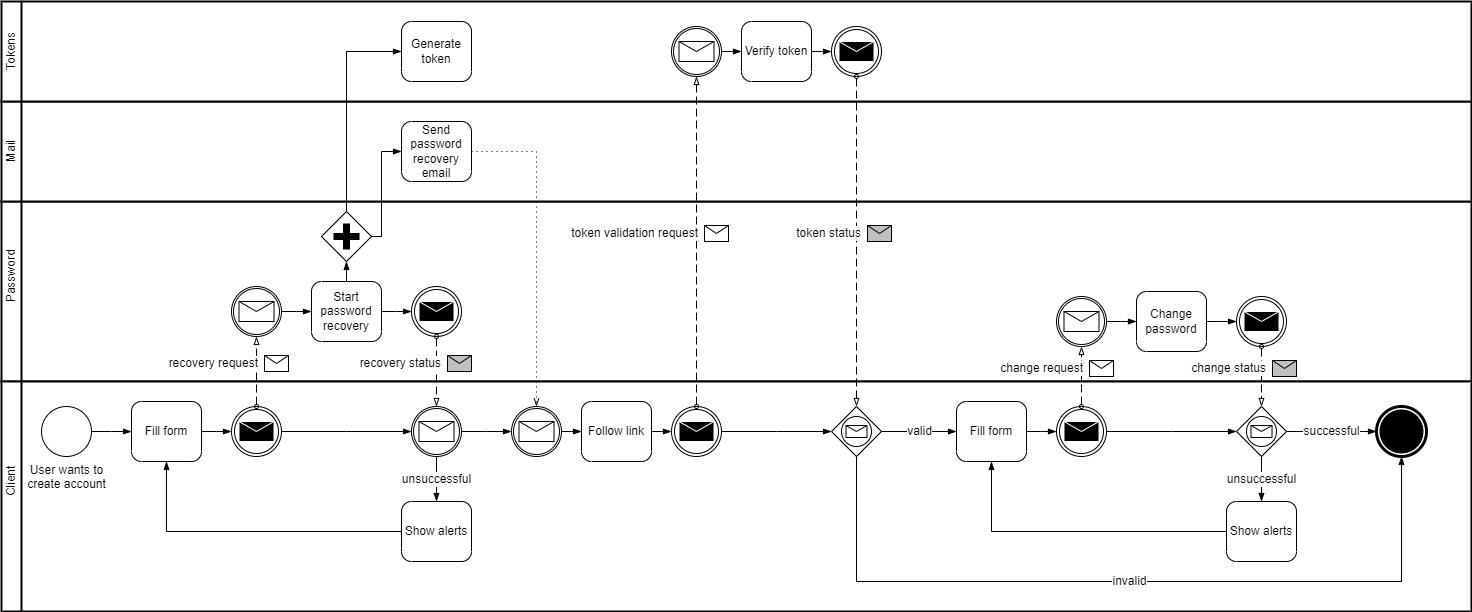
The draw.io diagram .gitbook/assets/reset_password_bpmn.drawio.png in Bernardo-MG/development-docs-architecture, before a commit. Source tidied: cells renumbered, new cells last; positions are measured from the earlier drawing's top-left corner, leaving out a move shared by most shapes.
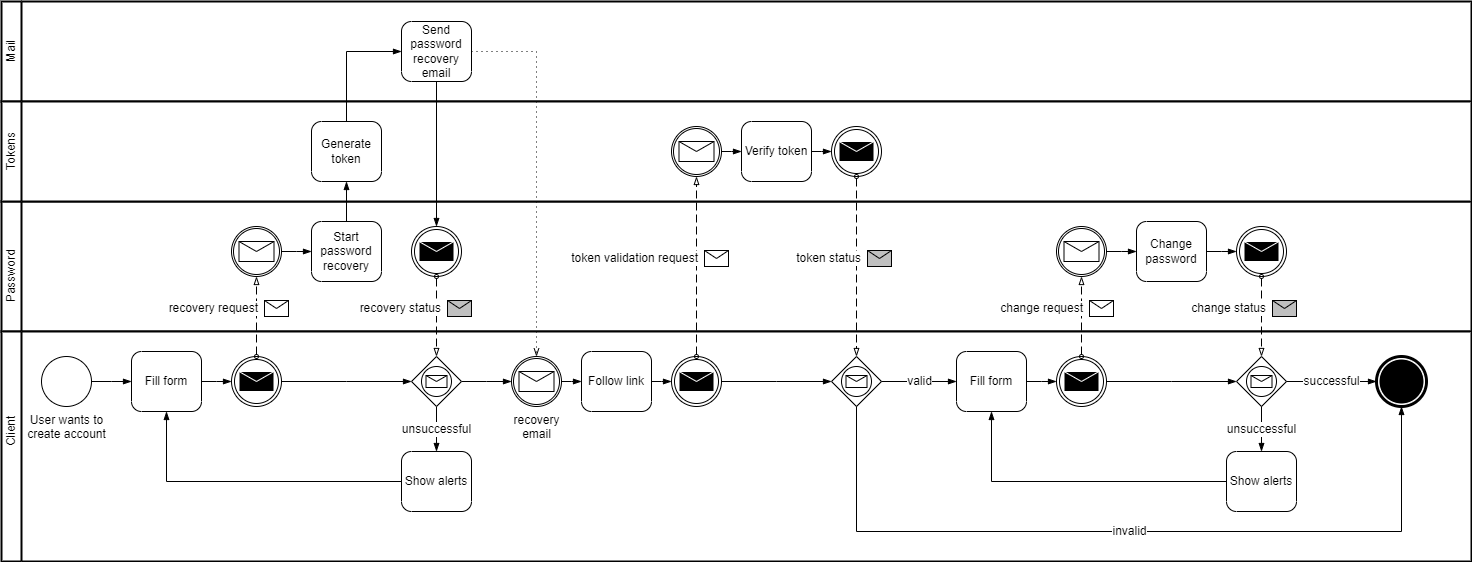
The same file after the commit.

Commit message:
GitBook: [#49] No subject

Change to the diagram source:
```diff
@@ -5,3 +5,3 @@
     <mxCell id="2" style="swimlane;html=1;startSize=20;fontStyle=0;horizontal=0;swimlaneLine=1;swimlaneFillColor=#ffffff;strokeWidth=2;whiteSpace=wrap;" parent="1" vertex="1">
-      <mxGeometry y="200" width="1470" height="180" as="geometry" />
+      <mxGeometry y="250" width="1470" height="130" as="geometry" />
     </mxCell>
@@ -13,9 +13,9 @@
     <mxCell id="4" value="Start password recovery" style="points=[[0.25,0,0],[0.5,0,0],[0.75,0,0],[1,0.25,0],[1,0.5,0],[1,0.75,0],[0.75,1,0],[0.5,1,0],[0.25,1,0],[0,0.75,0],[0,0.5,0],[0,0.25,0]];shape=mxgraph.bpmn.task;whiteSpace=wrap;rectStyle=rounded;size=10;html=1;taskMarker=abstract;" parent="2" vertex="1">
-      <mxGeometry x="310" y="80" width="70" height="60" as="geometry" />
+      <mxGeometry x="310" y="20" width="70" height="60" as="geometry" />
     </mxCell>
     <mxCell id="5" style="points=[[0.145,0.145,0],[0.5,0,0],[0.855,0.145,0],[1,0.5,0],[0.855,0.855,0],[0.5,1,0],[0.145,0.855,0],[0,0.5,0]];shape=mxgraph.bpmn.event;html=1;verticalLabelPosition=bottom;labelBackgroundColor=#ffffff;verticalAlign=top;align=center;perimeter=ellipsePerimeter;outlineConnect=0;outline=throwing;symbol=message;" parent="2" vertex="1">
-      <mxGeometry x="410" y="85" width="50" height="50" as="geometry" />
+      <mxGeometry x="410" y="25" width="50" height="50" as="geometry" />
     </mxCell>
     <mxCell id="6" style="points=[[0.145,0.145,0],[0.5,0,0],[0.855,0.145,0],[1,0.5,0],[0.855,0.855,0],[0.5,1,0],[0.145,0.855,0],[0,0.5,0]];shape=mxgraph.bpmn.event;html=1;verticalLabelPosition=bottom;labelBackgroundColor=#ffffff;verticalAlign=top;align=center;perimeter=ellipsePerimeter;outlineConnect=0;outline=catching;symbol=message;" parent="2" vertex="1">
-      <mxGeometry x="230" y="85" width="50" height="50" as="geometry" />
+      <mxGeometry x="230" y="25" width="50" height="50" as="geometry" />
     </mxCell>
@@ -24,13 +24,10 @@
     </mxCell>
-    <mxCell id="8" style="edgeStyle=elbowEdgeStyle;fontSize=12;html=1;endArrow=blockThin;endFill=1;rounded=0;exitX=1;exitY=0.5;exitDx=0;exitDy=0;exitPerimeter=0;entryX=0;entryY=0.5;entryDx=0;entryDy=0;entryPerimeter=0;" parent="2" edge="1" source="4" target="5">
-      <mxGeometry relative="1" as="geometry" />
-    </mxCell>
     <mxCell id="9" value="Change password" style="points=[[0.25,0,0],[0.5,0,0],[0.75,0,0],[1,0.25,0],[1,0.5,0],[1,0.75,0],[0.75,1,0],[0.5,1,0],[0.25,1,0],[0,0.75,0],[0,0.5,0],[0,0.25,0]];shape=mxgraph.bpmn.task;whiteSpace=wrap;rectStyle=rounded;size=10;html=1;taskMarker=abstract;" parent="2" vertex="1">
-      <mxGeometry x="1135" y="90" width="70" height="60" as="geometry" />
+      <mxGeometry x="1135" y="20" width="70" height="60" as="geometry" />
     </mxCell>
     <mxCell id="10" style="points=[[0.145,0.145,0],[0.5,0,0],[0.855,0.145,0],[1,0.5,0],[0.855,0.855,0],[0.5,1,0],[0.145,0.855,0],[0,0.5,0]];shape=mxgraph.bpmn.event;html=1;verticalLabelPosition=bottom;labelBackgroundColor=#ffffff;verticalAlign=top;align=center;perimeter=ellipsePerimeter;outlineConnect=0;outline=throwing;symbol=message;" parent="2" vertex="1">
-      <mxGeometry x="1235" y="95" width="50" height="50" as="geometry" />
+      <mxGeometry x="1235" y="25" width="50" height="50" as="geometry" />
     </mxCell>
     <mxCell id="11" style="points=[[0.145,0.145,0],[0.5,0,0],[0.855,0.145,0],[1,0.5,0],[0.855,0.855,0],[0.5,1,0],[0.145,0.855,0],[0,0.5,0]];shape=mxgraph.bpmn.event;html=1;verticalLabelPosition=bottom;labelBackgroundColor=#ffffff;verticalAlign=top;align=center;perimeter=ellipsePerimeter;outlineConnect=0;outline=catching;symbol=message;" parent="2" vertex="1">
-      <mxGeometry x="1055" y="95" width="50" height="50" as="geometry" />
+      <mxGeometry x="1055" y="25" width="50" height="50" as="geometry" />
     </mxCell>
@@ -42,8 +39,2 @@
     </mxCell>
-    <mxCell id="14" style="points=[[0.25,0.25,0],[0.5,0,0],[0.75,0.25,0],[1,0.5,0],[0.75,0.75,0],[0.5,1,0],[0.25,0.75,0],[0,0.5,0]];shape=mxgraph.bpmn.gateway2;html=1;verticalLabelPosition=bottom;labelBackgroundColor=#ffffff;verticalAlign=top;align=center;perimeter=rhombusPerimeter;outlineConnect=0;outline=none;symbol=none;gwType=parallel;" parent="2" vertex="1">
-      <mxGeometry x="320" y="10" width="50" height="50" as="geometry" />
-    </mxCell>
-    <mxCell id="15" style="edgeStyle=elbowEdgeStyle;fontSize=12;html=1;endArrow=blockThin;endFill=1;rounded=0;exitX=0.5;exitY=0;exitDx=0;exitDy=0;exitPerimeter=0;entryX=0.5;entryY=1;entryDx=0;entryDy=0;entryPerimeter=0;" parent="2" edge="1" source="4" target="14">
-      <mxGeometry relative="1" as="geometry" />
-    </mxCell>
     <mxCell id="16" style="swimlane;html=1;startSize=20;fontStyle=0;horizontal=0;swimlaneLine=1;swimlaneFillColor=#ffffff;strokeWidth=2;whiteSpace=wrap;" parent="1" vertex="1">
@@ -71,3 +62,3 @@
     </mxCell>
-    <mxCell id="23" style="points=[[0.145,0.145,0],[0.5,0,0],[0.855,0.145,0],[1,0.5,0],[0.855,0.855,0],[0.5,1,0],[0.145,0.855,0],[0,0.5,0]];shape=mxgraph.bpmn.event;html=1;verticalLabelPosition=bottom;labelBackgroundColor=#ffffff;verticalAlign=top;align=center;perimeter=ellipsePerimeter;outlineConnect=0;outline=catching;symbol=message;" parent="16" vertex="1">
+    <mxCell id="23" value="recovery&lt;br&gt;email" style="points=[[0.145,0.145,0],[0.5,0,0],[0.855,0.145,0],[1,0.5,0],[0.855,0.855,0],[0.5,1,0],[0.145,0.855,0],[0,0.5,0]];shape=mxgraph.bpmn.event;html=1;verticalLabelPosition=bottom;labelBackgroundColor=#ffffff;verticalAlign=top;align=center;perimeter=ellipsePerimeter;outlineConnect=0;outline=catching;symbol=message;" parent="16" vertex="1">
       <mxGeometry x="510" y="25" width="50" height="50" as="geometry" />
@@ -80,3 +71,3 @@
     </mxCell>
-    <mxCell id="26" style="edgeStyle=elbowEdgeStyle;fontSize=12;html=1;endArrow=blockThin;endFill=1;rounded=0;exitX=1;exitY=0.5;exitDx=0;exitDy=0;exitPerimeter=0;entryX=0;entryY=0.5;entryDx=0;entryDy=0;entryPerimeter=0;" parent="16" edge="1" source="21" target="37">
+    <mxCell id="26" style="edgeStyle=elbowEdgeStyle;fontSize=12;html=1;endArrow=blockThin;endFill=1;rounded=0;exitX=1;exitY=0.5;exitDx=0;exitDy=0;exitPerimeter=0;entryX=0;entryY=0.5;entryDx=0;entryDy=0;entryPerimeter=0;" parent="16" edge="1" source="21" target="74">
       <mxGeometry relative="1" as="geometry" />
@@ -117,6 +108,3 @@
     </mxCell>
-    <mxCell id="37" style="points=[[0.145,0.145,0],[0.5,0,0],[0.855,0.145,0],[1,0.5,0],[0.855,0.855,0],[0.5,1,0],[0.145,0.855,0],[0,0.5,0]];shape=mxgraph.bpmn.event;html=1;verticalLabelPosition=bottom;labelBackgroundColor=#ffffff;verticalAlign=top;align=center;perimeter=ellipsePerimeter;outlineConnect=0;outline=catching;symbol=message;" parent="16" vertex="1">
-      <mxGeometry x="410" y="25" width="50" height="50" as="geometry" />
-    </mxCell>
-    <mxCell id="38" style="edgeStyle=elbowEdgeStyle;fontSize=12;html=1;endArrow=blockThin;endFill=1;rounded=0;entryX=0;entryY=0.5;entryDx=0;entryDy=0;entryPerimeter=0;exitX=1;exitY=0.5;exitDx=0;exitDy=0;exitPerimeter=0;" parent="16" edge="1" source="37" target="23">
+    <mxCell id="38" style="edgeStyle=elbowEdgeStyle;fontSize=12;html=1;endArrow=blockThin;endFill=1;rounded=0;entryX=0;entryY=0.5;entryDx=0;entryDy=0;entryPerimeter=0;exitX=1;exitY=0.5;exitDx=0;exitDy=0;exitPerimeter=0;" parent="16" edge="1" source="74" target="23">
       <mxGeometry relative="1" as="geometry" />
@@ -126,3 +114,3 @@
     </mxCell>
-    <mxCell id="40" value="unsuccessful" style="edgeStyle=elbowEdgeStyle;fontSize=12;html=1;endArrow=blockThin;endFill=1;rounded=0;exitX=0.5;exitY=1;exitDx=0;exitDy=0;exitPerimeter=0;entryX=0.5;entryY=0;entryDx=0;entryDy=0;entryPerimeter=0;" parent="16" edge="1" source="37" target="39">
+    <mxCell id="40" value="unsuccessful" style="edgeStyle=elbowEdgeStyle;fontSize=12;html=1;endArrow=blockThin;endFill=1;rounded=0;exitX=0.5;exitY=1;exitDx=0;exitDy=0;exitPerimeter=0;entryX=0.5;entryY=0;entryDx=0;entryDy=0;entryPerimeter=0;" parent="16" edge="1" source="74" target="39">
       <mxGeometry relative="1" as="geometry" />
@@ -156,4 +144,7 @@
     </mxCell>
+    <mxCell id="74" style="points=[[0.25,0.25,0],[0.5,0,0],[0.75,0.25,0],[1,0.5,0],[0.75,0.75,0],[0.5,1,0],[0.25,0.75,0],[0,0.5,0]];shape=mxgraph.bpmn.gateway2;html=1;verticalLabelPosition=bottom;labelBackgroundColor=#ffffff;verticalAlign=top;align=center;perimeter=rhombusPerimeter;outlineConnect=0;outline=standard;symbol=message;" parent="16" vertex="1">
+      <mxGeometry x="410" y="25" width="50" height="50" as="geometry" />
+    </mxCell>
     <mxCell id="47" style="swimlane;html=1;startSize=20;fontStyle=0;horizontal=0;swimlaneLine=1;swimlaneFillColor=#ffffff;strokeWidth=2;whiteSpace=wrap;" parent="1" vertex="1">
-      <mxGeometry y="100" width="1470" height="100" as="geometry" />
+      <mxGeometry y="50" width="1470" height="100" as="geometry" />
     </mxCell>
@@ -167,3 +158,3 @@
     </mxCell>
-    <mxCell id="50" style="endArrow=blockThin;html=1;labelPosition=left;verticalLabelPosition=middle;align=right;verticalAlign=middle;dashed=1;dashPattern=8 4;endFill=0;startArrow=oval;startFill=0;endSize=6;startSize=4;rounded=0;exitX=0.5;exitY=1;exitDx=0;exitDy=0;exitPerimeter=0;entryX=0.5;entryY=0;entryDx=0;entryDy=0;entryPerimeter=0;" parent="1" edge="1" source="5" target="37">
+    <mxCell id="50" style="endArrow=blockThin;html=1;labelPosition=left;verticalLabelPosition=middle;align=right;verticalAlign=middle;dashed=1;dashPattern=8 4;endFill=0;startArrow=oval;startFill=0;endSize=6;startSize=4;rounded=0;exitX=0.5;exitY=1;exitDx=0;exitDy=0;exitPerimeter=0;entryX=0.5;entryY=0;entryDx=0;entryDy=0;entryPerimeter=0;" parent="1" edge="1" source="5" target="74">
       <mxGeometry relative="1" as="geometry" />
@@ -183,38 +174,4 @@
     </mxCell>
-    <mxCell id="54" style="edgeStyle=elbowEdgeStyle;fontSize=12;html=1;endFill=0;startFill=0;endSize=6;startSize=6;dashed=1;dashPattern=1 4;endArrow=openThin;startArrow=none;rounded=0;exitX=1;exitY=0.5;exitDx=0;exitDy=0;exitPerimeter=0;entryX=0.5;entryY=0;entryDx=0;entryDy=0;entryPerimeter=0;" parent="1" edge="1" source="49" target="23">
-      <mxGeometry relative="1" as="geometry">
-        <Array as="points">
-          <mxPoint x="535" y="260" />
-          <mxPoint x="575" y="300" />
-          <mxPoint x="570" y="300" />
-          <mxPoint x="685" y="300" />
-        </Array>
-      </mxGeometry>
-    </mxCell>
-    <mxCell id="55" style="endArrow=blockThin;html=1;labelPosition=left;verticalLabelPosition=middle;align=right;verticalAlign=middle;dashed=1;dashPattern=8 4;endFill=0;startArrow=oval;startFill=0;endSize=6;startSize=4;rounded=0;exitX=0.5;exitY=1;exitDx=0;exitDy=0;exitPerimeter=0;entryX=0.5;entryY=0;entryDx=0;entryDy=0;entryPerimeter=0;" parent="1" edge="1" source="10" target="31">
-      <mxGeometry relative="1" as="geometry" />
-    </mxCell>
-    <mxCell id="56" value="change status" style="shape=message;html=1;labelPosition=left;verticalLabelPosition=middle;align=right;verticalAlign=middle;spacingRight=5;labelBackgroundColor=#ffffff;fillColor=#C0C0C0;" parent="55" vertex="1">
-      <mxGeometry width="24" height="16" relative="1" as="geometry">
-        <mxPoint x="11" y="-16" as="offset" />
-      </mxGeometry>
-    </mxCell>
-    <mxCell id="57" style="endArrow=blockThin;html=1;labelPosition=left;verticalLabelPosition=middle;align=right;verticalAlign=middle;dashed=1;dashPattern=8 4;endFill=0;startArrow=oval;startFill=0;endSize=6;startSize=4;rounded=0;exitX=0.5;exitY=0;exitDx=0;exitDy=0;exitPerimeter=0;entryX=0.5;entryY=1;entryDx=0;entryDy=0;entryPerimeter=0;" parent="1" edge="1" source="29" target="11">
-      <mxGeometry relative="1" as="geometry" />
-    </mxCell>
-    <mxCell id="58" value="change request" style="shape=message;html=1;labelPosition=left;verticalLabelPosition=middle;align=right;verticalAlign=middle;spacingRight=5;labelBackgroundColor=#ffffff;" parent="57" vertex="1">
-      <mxGeometry width="24" height="16" relative="1" as="geometry">
-        <mxPoint x="8" y="-16" as="offset" />
-      </mxGeometry>
-    </mxCell>
-    <mxCell id="59" style="edgeStyle=elbowEdgeStyle;fontSize=12;html=1;endArrow=blockThin;endFill=1;rounded=0;entryX=0;entryY=0.5;entryDx=0;entryDy=0;entryPerimeter=0;exitX=1;exitY=0.5;exitDx=0;exitDy=0;exitPerimeter=0;" parent="1" edge="1" source="14" target="49">
-      <mxGeometry relative="1" as="geometry">
-        <Array as="points">
-          <mxPoint x="380" y="180" />
-          <mxPoint x="345" y="250" />
-        </Array>
-      </mxGeometry>
-    </mxCell>
     <mxCell id="60" style="swimlane;html=1;startSize=20;fontStyle=0;horizontal=0;swimlaneLine=1;swimlaneFillColor=#ffffff;strokeWidth=2;whiteSpace=wrap;" parent="1" vertex="1">
-      <mxGeometry width="1470" height="100" as="geometry" />
+      <mxGeometry y="150" width="1470" height="100" as="geometry" />
     </mxCell>
@@ -229,3 +186,3 @@
     <mxCell id="63" value="Generate token" style="points=[[0.25,0,0],[0.5,0,0],[0.75,0,0],[1,0.25,0],[1,0.5,0],[1,0.75,0],[0.75,1,0],[0.5,1,0],[0.25,1,0],[0,0.75,0],[0,0.5,0],[0,0.25,0]];shape=mxgraph.bpmn.task;whiteSpace=wrap;rectStyle=rounded;size=10;html=1;taskMarker=abstract;" parent="60" vertex="1">
-      <mxGeometry x="400" y="20" width="70" height="60" as="geometry" />
+      <mxGeometry x="310" y="20" width="70" height="60" as="geometry" />
     </mxCell>
@@ -243,5 +200,41 @@
     </mxCell>
+    <mxCell id="54" style="edgeStyle=elbowEdgeStyle;fontSize=12;html=1;endFill=0;startFill=0;endSize=6;startSize=6;dashed=1;dashPattern=1 4;endArrow=openThin;startArrow=none;rounded=0;exitX=1;exitY=0.5;exitDx=0;exitDy=0;exitPerimeter=0;entryX=0.5;entryY=0;entryDx=0;entryDy=0;entryPerimeter=0;" parent="1" edge="1" source="49" target="23">
+      <mxGeometry relative="1" as="geometry">
+        <Array as="points">
+          <mxPoint x="535" y="260" />
+          <mxPoint x="575" y="300" />
+          <mxPoint x="570" y="300" />
+          <mxPoint x="685" y="300" />
+        </Array>
+      </mxGeometry>
+    </mxCell>
+    <mxCell id="55" style="endArrow=blockThin;html=1;labelPosition=left;verticalLabelPosition=middle;align=right;verticalAlign=middle;dashed=1;dashPattern=8 4;endFill=0;startArrow=oval;startFill=0;endSize=6;startSize=4;rounded=0;exitX=0.5;exitY=1;exitDx=0;exitDy=0;exitPerimeter=0;entryX=0.5;entryY=0;entryDx=0;entryDy=0;entryPerimeter=0;" parent="1" edge="1" source="10" target="31">
+      <mxGeometry relative="1" as="geometry" />
+    </mxCell>
+    <mxCell id="56" value="change status" style="shape=message;html=1;labelPosition=left;verticalLabelPosition=middle;align=right;verticalAlign=middle;spacingRight=5;labelBackgroundColor=#ffffff;fillColor=#C0C0C0;" parent="55" vertex="1">
+      <mxGeometry width="24" height="16" relative="1" as="geometry">
+        <mxPoint x="11" y="-16" as="offset" />
+      </mxGeometry>
+    </mxCell>
+    <mxCell id="57" style="endArrow=blockThin;html=1;labelPosition=left;verticalLabelPosition=middle;align=right;verticalAlign=middle;dashed=1;dashPattern=8 4;endFill=0;startArrow=oval;startFill=0;endSize=6;startSize=4;rounded=0;exitX=0.5;exitY=0;exitDx=0;exitDy=0;exitPerimeter=0;entryX=0.5;entryY=1;entryDx=0;entryDy=0;entryPerimeter=0;" parent="1" edge="1" source="29" target="11">
+      <mxGeometry relative="1" as="geometry" />
+    </mxCell>
+    <mxCell id="58" value="change request" style="shape=message;html=1;labelPosition=left;verticalLabelPosition=middle;align=right;verticalAlign=middle;spacingRight=5;labelBackgroundColor=#ffffff;" parent="57" vertex="1">
+      <mxGeometry width="24" height="16" relative="1" as="geometry">
+        <mxPoint x="8" y="-16" as="offset" />
+      </mxGeometry>
+    </mxCell>
+    <mxCell id="59" style="edgeStyle=elbowEdgeStyle;fontSize=12;html=1;endArrow=blockThin;endFill=1;rounded=0;entryX=0;entryY=0.5;entryDx=0;entryDy=0;entryPerimeter=0;exitX=0.5;exitY=0;exitDx=0;exitDy=0;exitPerimeter=0;" parent="1" edge="1" source="63" target="49">
+      <mxGeometry relative="1" as="geometry">
+        <Array as="points">
+          <mxPoint x="345" y="80" />
+          <mxPoint x="435" y="100" />
+          <mxPoint x="345" y="250" />
+        </Array>
+      </mxGeometry>
+    </mxCell>
-    <mxCell id="68" style="edgeStyle=elbowEdgeStyle;fontSize=12;html=1;endArrow=blockThin;endFill=1;rounded=0;entryX=0;entryY=0.5;entryDx=0;entryDy=0;entryPerimeter=0;exitX=0.5;exitY=0;exitDx=0;exitDy=0;exitPerimeter=0;" parent="1" edge="1" source="14" target="63">
+    <mxCell id="68" style="edgeStyle=elbowEdgeStyle;fontSize=12;html=1;endArrow=blockThin;endFill=1;rounded=0;exitX=0.5;exitY=0;exitDx=0;exitDy=0;exitPerimeter=0;entryX=0.5;entryY=1;entryDx=0;entryDy=0;entryPerimeter=0;" parent="1" edge="1" source="4" target="63">
       <mxGeometry relative="1" as="geometry">
         <Array as="points">
+          <mxPoint x="345" y="230" />
           <mxPoint x="345" y="170" />
@@ -273,2 +266,5 @@
     </mxCell>
+    <mxCell id="8" style="edgeStyle=elbowEdgeStyle;fontSize=12;html=1;endArrow=blockThin;endFill=1;rounded=0;exitX=0.5;exitY=1;exitDx=0;exitDy=0;exitPerimeter=0;entryX=0.5;entryY=0;entryDx=0;entryDy=0;entryPerimeter=0;" parent="1" edge="1" source="49" target="5">
+      <mxGeometry relative="1" as="geometry" />
+    </mxCell>
   </root>
```
